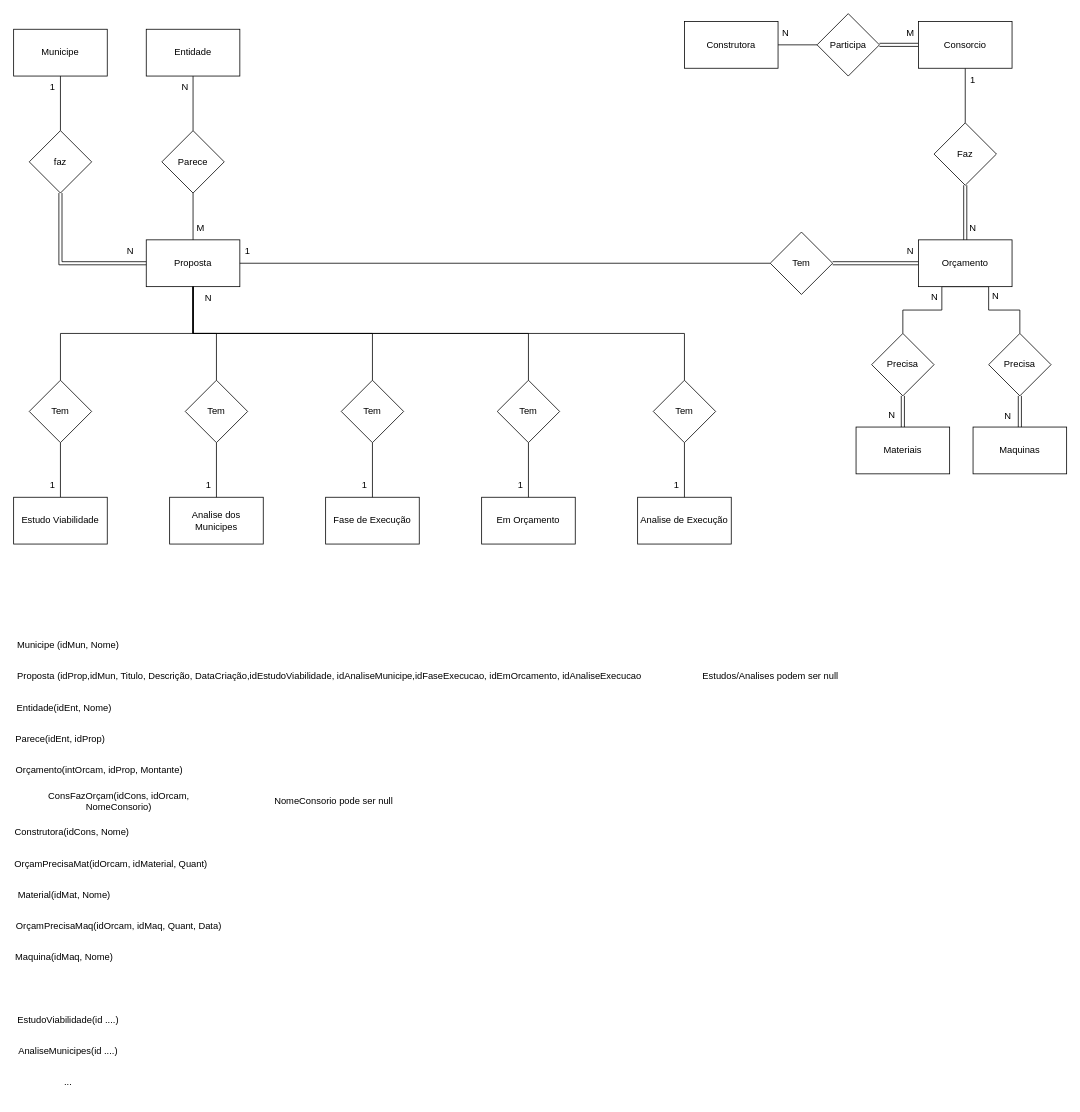
Earlier version of the draw.io diagram TrabalhoFinal.drawio (Nuno-Goncalves1/Sql-ER). Source tidied: cells renumbered, new cells numbered last; positions are measured from the earlier drawing's top-left corner, leaving out a move shared by most shapes. Both pictures are drawn from the tidied source at 78%, with x=0, y=0 at pixel (13, 13).
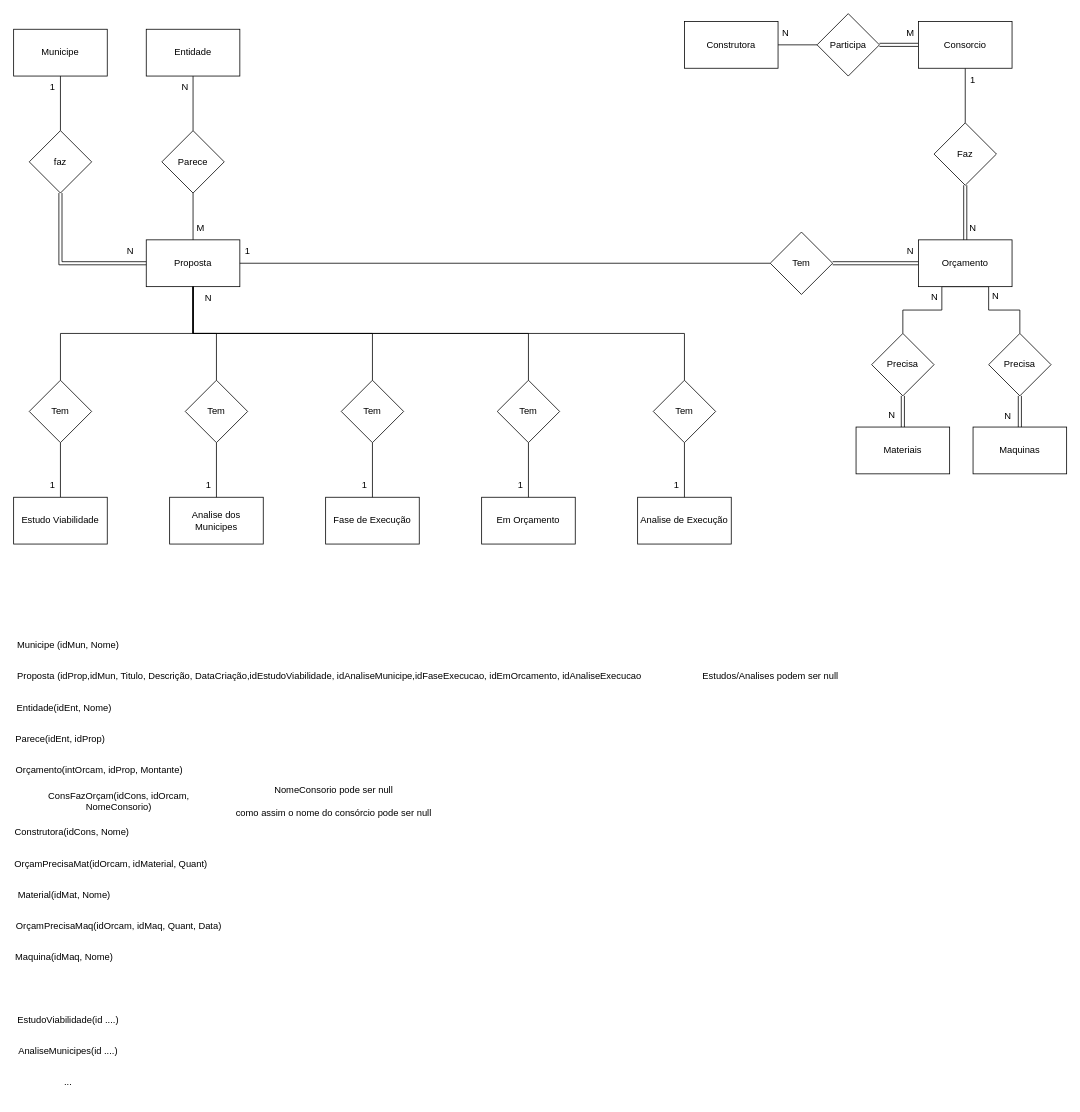
The same diagram, later.

Diff of the diagram source:
```diff
@@
-    <mxCell id="71" value="NomeConsorio pode ser null" style="text;html=1;align=center;verticalAlign=middle;strokeColor=none;fillColor=none;" parent="1" vertex="1">
-      <mxGeometry x="320" y="995" width="180" height="30" as="geometry" />
+    <mxCell id="71" value="NomeConsorio pode ser null&lt;div&gt;&lt;br&gt;&lt;/div&gt;&lt;div&gt;como assim o nome do consórcio pode ser null&lt;/div&gt;" style="text;html=1;align=center;verticalAlign=middle;strokeColor=none;fillColor=none;" parent="1" vertex="1">
+      <mxGeometry x="275" y="980" width="270" height="60" as="geometry" />
     </mxCell>
```
